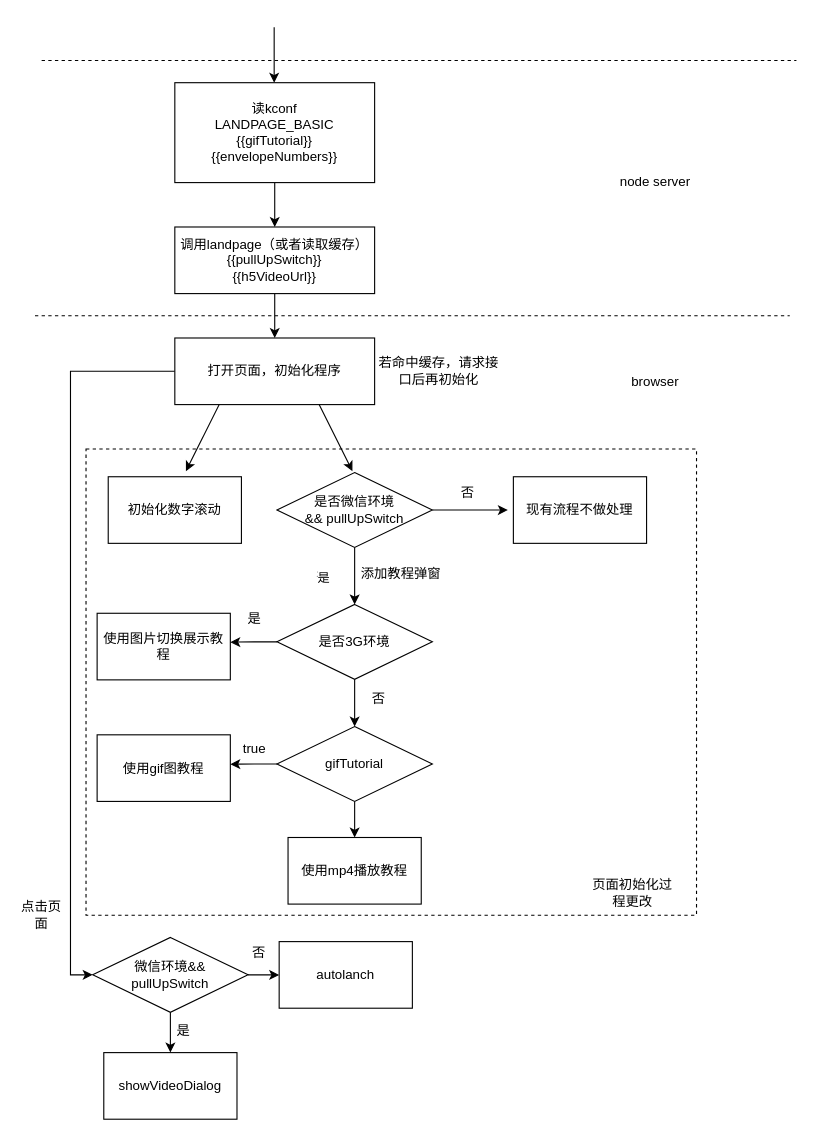
This is 更改设计方案.drawio from GitHubJian/netjs, a draw.io file, before an edit. Source tidied: cells renumbered, new cells numbered last; positions are measured from the earlier drawing's top-left corner, leaving out a move shared by most shapes. Both pictures are drawn from the tidied source at 111%, with x=0, y=0 at pixel (19, 27).
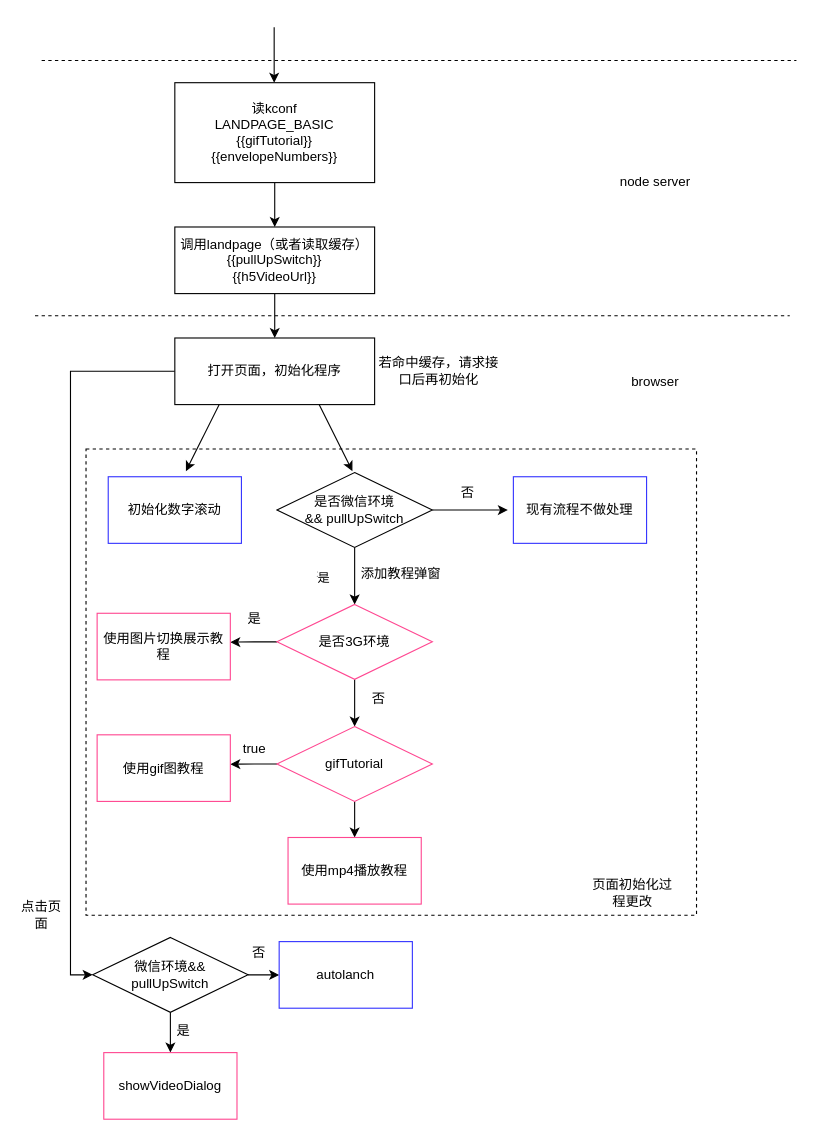
After the change.

Commit message (it also covers changes not shown here):
更新更改设计方案.drawio

Change to the diagram source:
```diff
@@
+    <mxCell id="20" style="rounded=0;whiteSpace=wrap;html=1;fillColor=none;dashed=1;" parent="1" vertex="1">
+      <mxGeometry x="60" y="380" width="550" height="420" as="geometry" />
+    </mxCell>
@@
-    <mxCell id="13" value="初始化数字滚动&lt;br&gt;" style="rounded=0;whiteSpace=wrap;html=1;" parent="1" vertex="1">
+    <mxCell id="13" value="初始化数字滚动&lt;br&gt;" style="rounded=0;whiteSpace=wrap;html=1;strokeColor=#3333FF;" parent="1" vertex="1">
       <mxGeometry x="80" y="405" width="120" height="60" as="geometry" />
     </mxCell>
@@
-    <mxCell id="19" value="现有流程不做处理" style="rounded=0;whiteSpace=wrap;html=1;" parent="1" vertex="1">
+    <mxCell id="19" value="现有流程不做处理" style="rounded=0;whiteSpace=wrap;html=1;strokeColor=#3333FF;" parent="1" vertex="1">
       <mxGeometry x="445" y="405" width="120" height="60" as="geometry" />
     </mxCell>
-    <mxCell id="20" style="rounded=0;whiteSpace=wrap;html=1;fillColor=none;dashed=1;" parent="1" vertex="1">
-      <mxGeometry x="60" y="380" width="550" height="420" as="geometry" />
-    </mxCell>
@@
-    <mxCell id="23" value="是否3G环境" style="rhombus;whiteSpace=wrap;html=1;" parent="1" vertex="1">
+    <mxCell id="23" value="是否3G环境" style="rhombus;whiteSpace=wrap;html=1;strokeColor=#FF4791;" parent="1" vertex="1">
       <mxGeometry x="232" y="520" width="140" height="67.5" as="geometry" />
     </mxCell>
@@
-    <mxCell id="25" value="使用图片切换展示教程" style="rounded=0;whiteSpace=wrap;html=1;fillColor=none;" parent="1" vertex="1">
+    <mxCell id="25" value="使用图片切换展示教程" style="rounded=0;whiteSpace=wrap;html=1;fillColor=none;strokeColor=#FF4791;" parent="1" vertex="1">
       <mxGeometry x="70" y="528" width="120" height="60" as="geometry" />
     </mxCell>
@@
-    <mxCell id="29" value="gifTutorial" style="rhombus;whiteSpace=wrap;html=1;" parent="1" vertex="1">
+    <mxCell id="29" value="gifTutorial" style="rhombus;whiteSpace=wrap;html=1;strokeColor=#FF4791;" parent="1" vertex="1">
       <mxGeometry x="232" y="630" width="140" height="67.5" as="geometry" />
     </mxCell>
-    <mxCell id="30" value="使用gif图教程" style="rounded=0;whiteSpace=wrap;html=1;fillColor=none;" parent="1" vertex="1">
+    <mxCell id="30" value="使用gif图教程" style="rounded=0;whiteSpace=wrap;html=1;fillColor=none;strokeColor=#FF4791;" parent="1" vertex="1">
       <mxGeometry x="70" y="637.5" width="120" height="60" as="geometry" />
     </mxCell>
@@
-    <mxCell id="33" value="使用mp4播放教程" style="rounded=0;whiteSpace=wrap;html=1;fillColor=none;" parent="1" vertex="1">
+    <mxCell id="33" value="使用mp4播放教程" style="rounded=0;whiteSpace=wrap;html=1;fillColor=none;strokeColor=#FF4791;" parent="1" vertex="1">
       <mxGeometry x="242" y="730" width="120" height="60" as="geometry" />
     </mxCell>
@@
-    <mxCell id="41" value="autolanch" style="rounded=0;whiteSpace=wrap;html=1;fillColor=none;" parent="1" vertex="1">
+    <mxCell id="41" value="autolanch" style="rounded=0;whiteSpace=wrap;html=1;fillColor=none;strokeColor=#3333FF;" parent="1" vertex="1">
       <mxGeometry x="234" y="823.8" width="120" height="60" as="geometry" />
     </mxCell>
-    <mxCell id="42" value="showVideoDialog" style="rounded=0;whiteSpace=wrap;html=1;fillColor=none;" parent="1" vertex="1">
+    <mxCell id="42" value="showVideoDialog" style="rounded=0;whiteSpace=wrap;html=1;fillColor=none;strokeColor=#FF4791;" parent="1" vertex="1">
       <mxGeometry x="76" y="923.8" width="120" height="60" as="geometry" />
     </mxCell>
```
